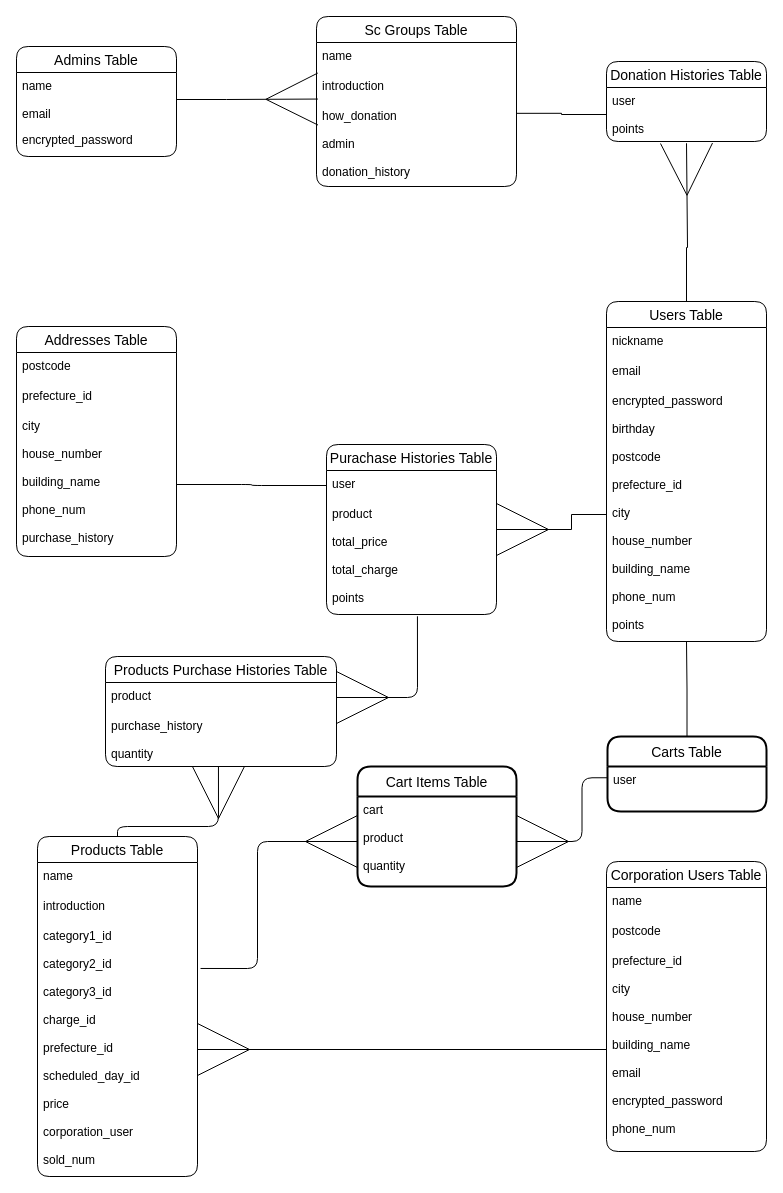
Before: sc.dio in nishipee/sc_app, a draw.io diagram. Source tidied: cells renumbered, new cells numbered last; positions are measured from the earlier drawing's top-left corner, leaving out a move shared by most shapes. Both pictures are drawn from the tidied source at 100%, with x=0, y=0 at pixel (16, 16).
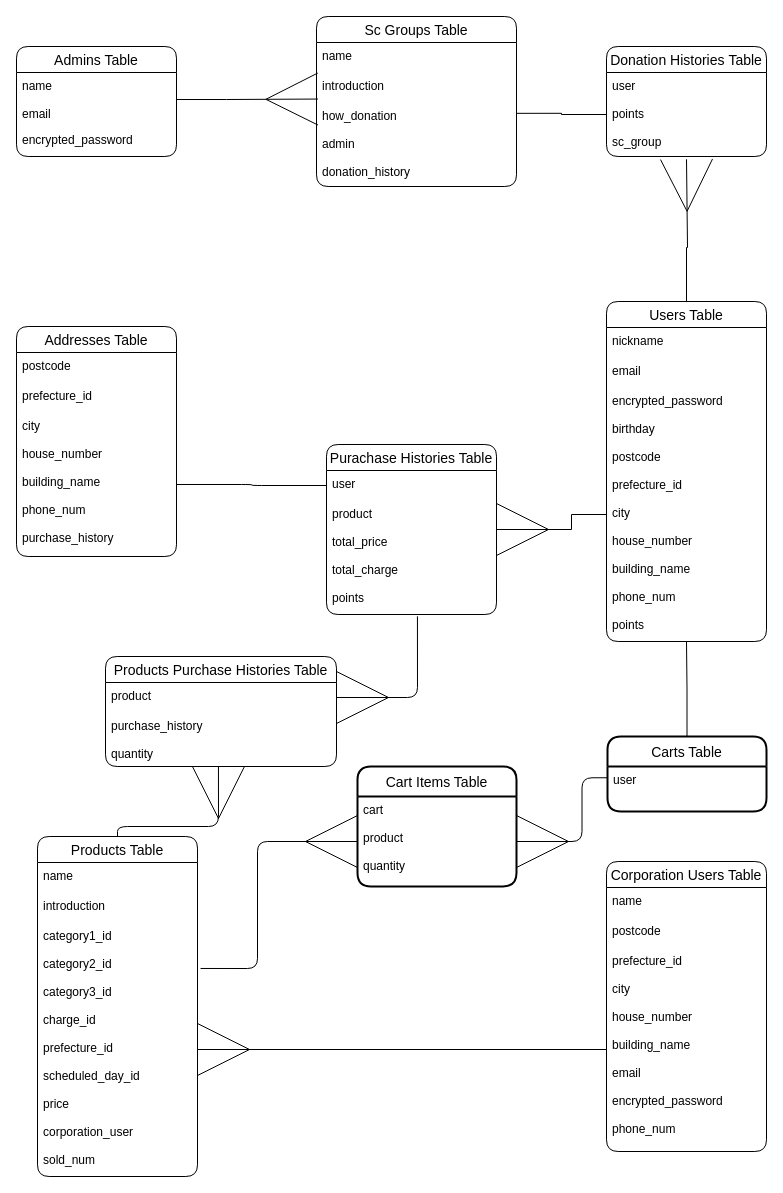
After the change.

Change to the diagram source:
```diff
@@
     <mxCell id="30" value="Donation Histories Table" style="swimlane;fontStyle=0;horizontal=1;startSize=26;align=center;fontSize=14;rounded=1;" parent="1" vertex="1">
-      <mxGeometry x="590" y="45" width="160" height="80" as="geometry" />
+      <mxGeometry x="590" y="30" width="160" height="110" as="geometry" />
     </mxCell>
-    <mxCell id="31" value="user&#10;&#10;points" style="text;strokeColor=none;fillColor=none;spacingLeft=4;spacingRight=4;overflow=hidden;points=[[0,0.5],[1,0.5]];portConstraint=eastwest;fontSize=12;" parent="30" vertex="1">
-      <mxGeometry y="26" width="160" height="54" as="geometry" />
+    <mxCell id="31" value="user&#10;&#10;points&#10;&#10;sc_group" style="text;strokeColor=none;fillColor=none;spacingLeft=4;spacingRight=4;overflow=hidden;points=[[0,0.5],[1,0.5]];portConstraint=eastwest;fontSize=12;" parent="30" vertex="1">
+      <mxGeometry y="26" width="160" height="84" as="geometry" />
     </mxCell>
```
